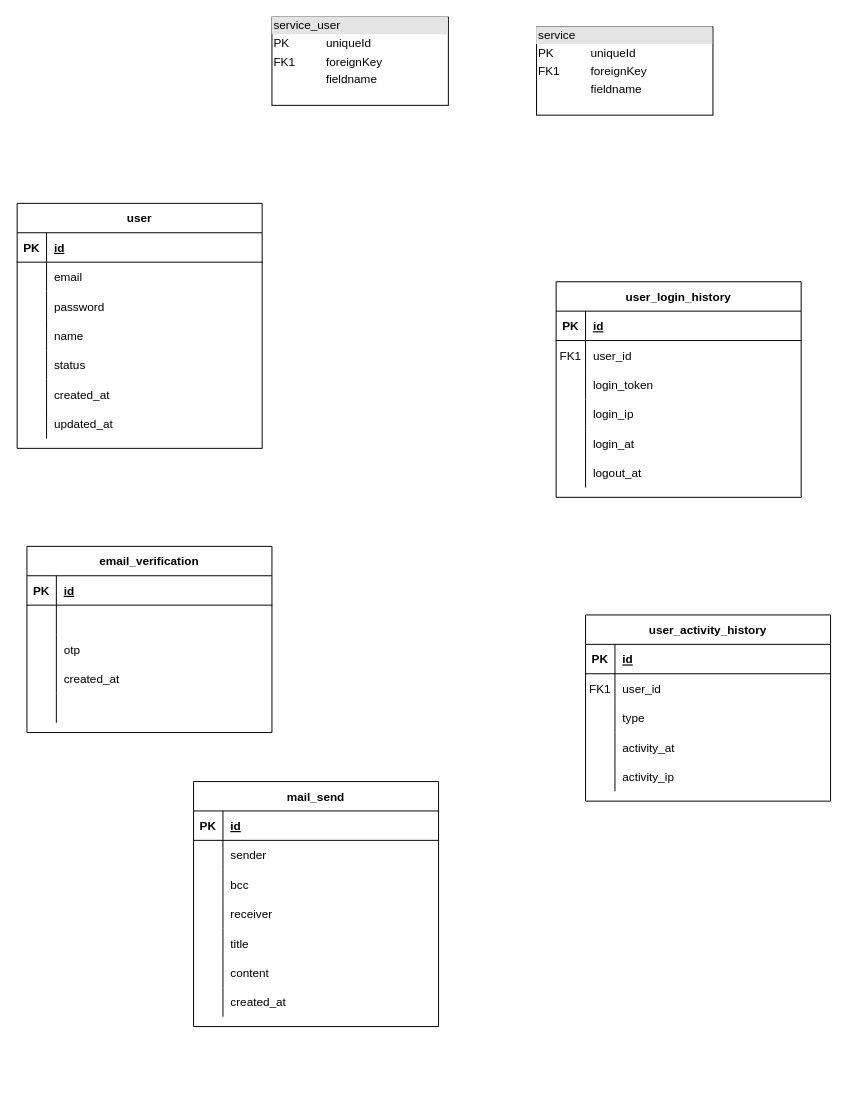
hankdoo/diagram keeps this draw.io diagram as Untitled Diagram.drawio. Above is the earlier version. Source tidied: cells renumbered, new cells numbered last; positions are measured from the earlier drawing's top-left corner, leaving out a move shared by most shapes. Both pictures are drawn from the tidied source at 98%, with x=0, y=0 at pixel (17, 17).
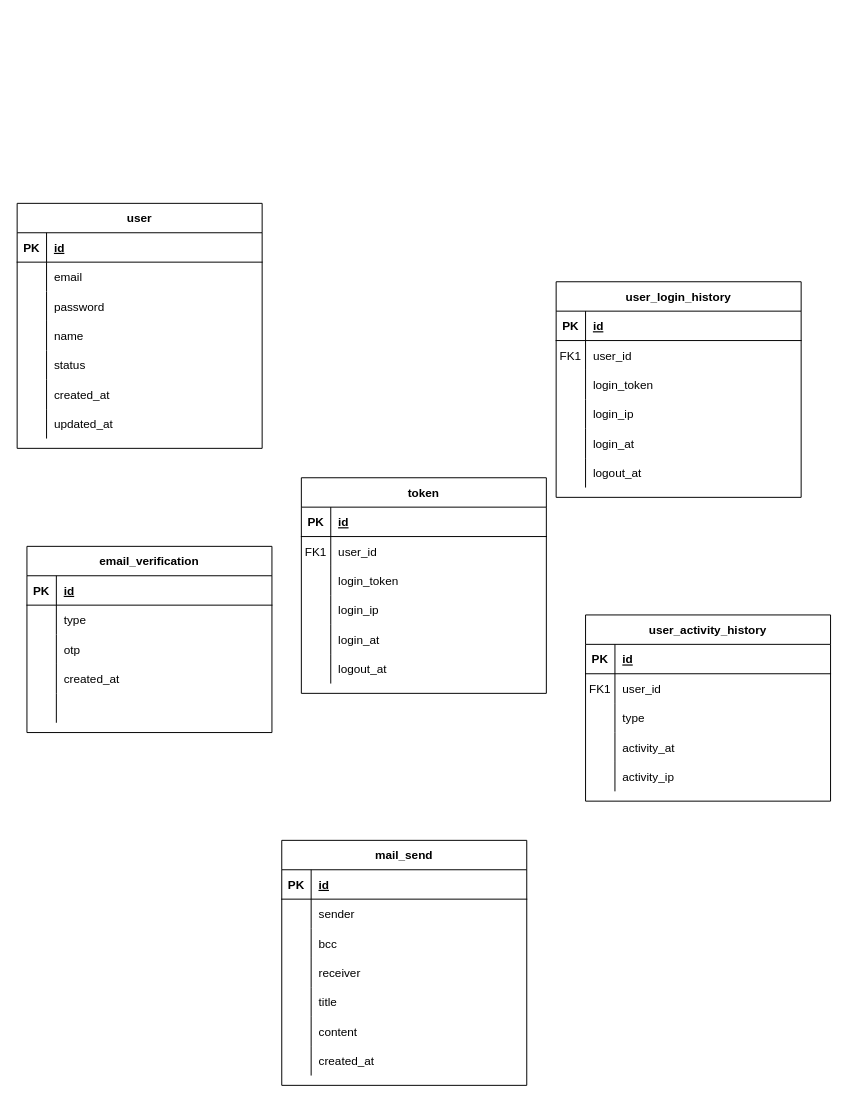
The same page after the edit.

Unchanged cells that the change refers to:
```xml
<mxCell id="65" style="shape=partialRectangle;fillColor=none;top=0;left=0;right=0;bottom=0;" parent="61" vertex="1">
  <mxGeometry y="60" width="250" height="30" as="geometry" />
</mxCell>
```

Diff of the diagram source:
```diff
@@
-    <mxCell id="2" value="&lt;div style=&quot;box-sizing:border-box;width:100%;background:#e4e4e4;padding:2px;&quot;&gt;service&lt;/div&gt;&lt;table style=&quot;width:100%;font-size:1em;&quot; cellpadding=&quot;2&quot; cellspacing=&quot;0&quot;&gt;&lt;tbody&gt;&lt;tr&gt;&lt;td&gt;PK&lt;/td&gt;&lt;td&gt;uniqueId&lt;/td&gt;&lt;/tr&gt;&lt;tr&gt;&lt;td&gt;FK1&lt;/td&gt;&lt;td&gt;foreignKey&lt;/td&gt;&lt;/tr&gt;&lt;tr&gt;&lt;td&gt;&lt;/td&gt;&lt;td&gt;fieldname&lt;/td&gt;&lt;/tr&gt;&lt;/tbody&gt;&lt;/table&gt;" style="verticalAlign=top;align=left;overflow=fill;html=1;whiteSpace=wrap;" parent="1" vertex="1">
-      <mxGeometry x="530" y="10" width="180" height="90" as="geometry" />
-    </mxCell>
-    <mxCell id="3" value="&lt;div style=&quot;box-sizing:border-box;width:100%;background:#e4e4e4;padding:2px;&quot;&gt;service_user&lt;/div&gt;&lt;table style=&quot;width:100%;font-size:1em;&quot; cellpadding=&quot;2&quot; cellspacing=&quot;0&quot;&gt;&lt;tbody&gt;&lt;tr&gt;&lt;td&gt;PK&lt;/td&gt;&lt;td&gt;uniqueId&lt;/td&gt;&lt;/tr&gt;&lt;tr&gt;&lt;td&gt;FK1&lt;/td&gt;&lt;td&gt;foreignKey&lt;/td&gt;&lt;/tr&gt;&lt;tr&gt;&lt;td&gt;&lt;/td&gt;&lt;td&gt;fieldname&lt;/td&gt;&lt;/tr&gt;&lt;/tbody&gt;&lt;/table&gt;" style="verticalAlign=top;align=left;overflow=fill;html=1;whiteSpace=wrap;" parent="1" vertex="1">
-      <mxGeometry x="260" width="180" height="90" as="geometry" />
-    </mxCell>
@@
-    <mxCell id="67" style="shape=partialRectangle;overflow=hidden;fillColor=none;top=0;left=0;bottom=0;right=0;align=left;spacingLeft=6;" parent="65" vertex="1">
+    <mxCell id="67" value="type" style="shape=partialRectangle;overflow=hidden;fillColor=none;top=0;left=0;bottom=0;right=0;align=left;spacingLeft=6;" parent="65" vertex="1">
       <mxGeometry x="30" width="220" height="30" as="geometry" />
     </mxCell>
@@
     <mxCell id="77" value="mail_send" style="shape=table;startSize=30;childLayout=tableLayout;rowLines=0;fontStyle=1;align=center;" parent="1" vertex="1">
-      <mxGeometry x="180" y="780" width="250" height="250" as="geometry" />
+      <mxGeometry x="270" y="840" width="250" height="250" as="geometry" />
     </mxCell>
@@
+    <mxCell id="99" value="token" style="shape=table;startSize=30;childLayout=tableLayout;rowLines=0;fontStyle=1;align=center;" parent="1" vertex="1">
+      <mxGeometry x="290" y="470" width="250" height="220" as="geometry" />
+    </mxCell>
+    <mxCell id="100" style="shape=partialRectangle;fillColor=none;top=0;left=0;right=0;bottom=1;" parent="99" vertex="1">
+      <mxGeometry y="30" width="250" height="30" as="geometry" />
+    </mxCell>
+    <mxCell id="101" value="PK" style="shape=partialRectangle;overflow=hidden;fillColor=none;top=0;left=0;bottom=0;right=0;fontStyle=1;" parent="100" vertex="1">
+      <mxGeometry width="30" height="30" as="geometry" />
+    </mxCell>
+    <mxCell id="102" value="id" style="shape=partialRectangle;overflow=hidden;fillColor=none;top=0;left=0;bottom=0;right=0;align=left;spacingLeft=6;fontStyle=5;" parent="100" vertex="1">
+      <mxGeometry x="30" width="220" height="30" as="geometry" />
+    </mxCell>
+    <mxCell id="103" style="shape=partialRectangle;fillColor=none;top=0;left=0;right=0;bottom=0;" parent="99" vertex="1">
+      <mxGeometry y="60" width="250" height="30" as="geometry" />
+    </mxCell>
+    <mxCell id="104" value="FK1" style="shape=partialRectangle;overflow=hidden;fillColor=none;top=0;left=0;bottom=0;right=0;" parent="103" vertex="1">
+      <mxGeometry width="30" height="30" as="geometry" />
+    </mxCell>
+    <mxCell id="105" value="user_id" style="shape=partialRectangle;overflow=hidden;fillColor=none;top=0;left=0;bottom=0;right=0;align=left;spacingLeft=6;" parent="103" vertex="1">
+      <mxGeometry x="30" width="220" height="30" as="geometry" />
+    </mxCell>
+    <mxCell id="106" style="shape=partialRectangle;fillColor=none;top=0;left=0;right=0;bottom=0;" parent="99" vertex="1">
+      <mxGeometry y="90" width="250" height="30" as="geometry" />
+    </mxCell>
+    <mxCell id="107" style="shape=partialRectangle;overflow=hidden;fillColor=none;top=0;left=0;bottom=0;right=0;" parent="106" vertex="1">
+      <mxGeometry width="30" height="30" as="geometry" />
+    </mxCell>
+    <mxCell id="108" value="login_token" style="shape=partialRectangle;overflow=hidden;fillColor=none;top=0;left=0;bottom=0;right=0;align=left;spacingLeft=6;" parent="106" vertex="1">
+      <mxGeometry x="30" width="220" height="30" as="geometry" />
+    </mxCell>
+    <mxCell id="109" style="shape=partialRectangle;fillColor=none;top=0;left=0;right=0;bottom=0;" parent="99" vertex="1">
+      <mxGeometry y="120" width="250" height="30" as="geometry" />
+    </mxCell>
+    <mxCell id="110" style="shape=partialRectangle;overflow=hidden;fillColor=none;top=0;left=0;bottom=0;right=0;" parent="109" vertex="1">
+      <mxGeometry width="30" height="30" as="geometry" />
+    </mxCell>
+    <mxCell id="111" value="login_ip" style="shape=partialRectangle;overflow=hidden;fillColor=none;top=0;left=0;bottom=0;right=0;align=left;spacingLeft=6;" parent="109" vertex="1">
+      <mxGeometry x="30" width="220" height="30" as="geometry" />
+    </mxCell>
+    <mxCell id="112" style="shape=partialRectangle;fillColor=none;top=0;left=0;right=0;bottom=0;" parent="99" vertex="1">
+      <mxGeometry y="150" width="250" height="30" as="geometry" />
+    </mxCell>
+    <mxCell id="113" style="shape=partialRectangle;overflow=hidden;fillColor=none;top=0;left=0;bottom=0;right=0;" parent="112" vertex="1">
+      <mxGeometry width="30" height="30" as="geometry" />
+    </mxCell>
+    <mxCell id="114" value="login_at" style="shape=partialRectangle;overflow=hidden;fillColor=none;top=0;left=0;bottom=0;right=0;align=left;spacingLeft=6;" parent="112" vertex="1">
+      <mxGeometry x="30" width="220" height="30" as="geometry" />
+    </mxCell>
+    <mxCell id="115" style="shape=partialRectangle;fillColor=none;top=0;left=0;right=0;bottom=0;" parent="99" vertex="1">
+      <mxGeometry y="180" width="250" height="30" as="geometry" />
+    </mxCell>
+    <mxCell id="116" style="shape=partialRectangle;overflow=hidden;fillColor=none;top=0;left=0;bottom=0;right=0;" parent="115" vertex="1">
+      <mxGeometry width="30" height="30" as="geometry" />
+    </mxCell>
+    <mxCell id="117" value="logout_at" style="shape=partialRectangle;overflow=hidden;fillColor=none;top=0;left=0;bottom=0;right=0;align=left;spacingLeft=6;" parent="115" vertex="1">
+      <mxGeometry x="30" width="220" height="30" as="geometry" />
+    </mxCell>
```
